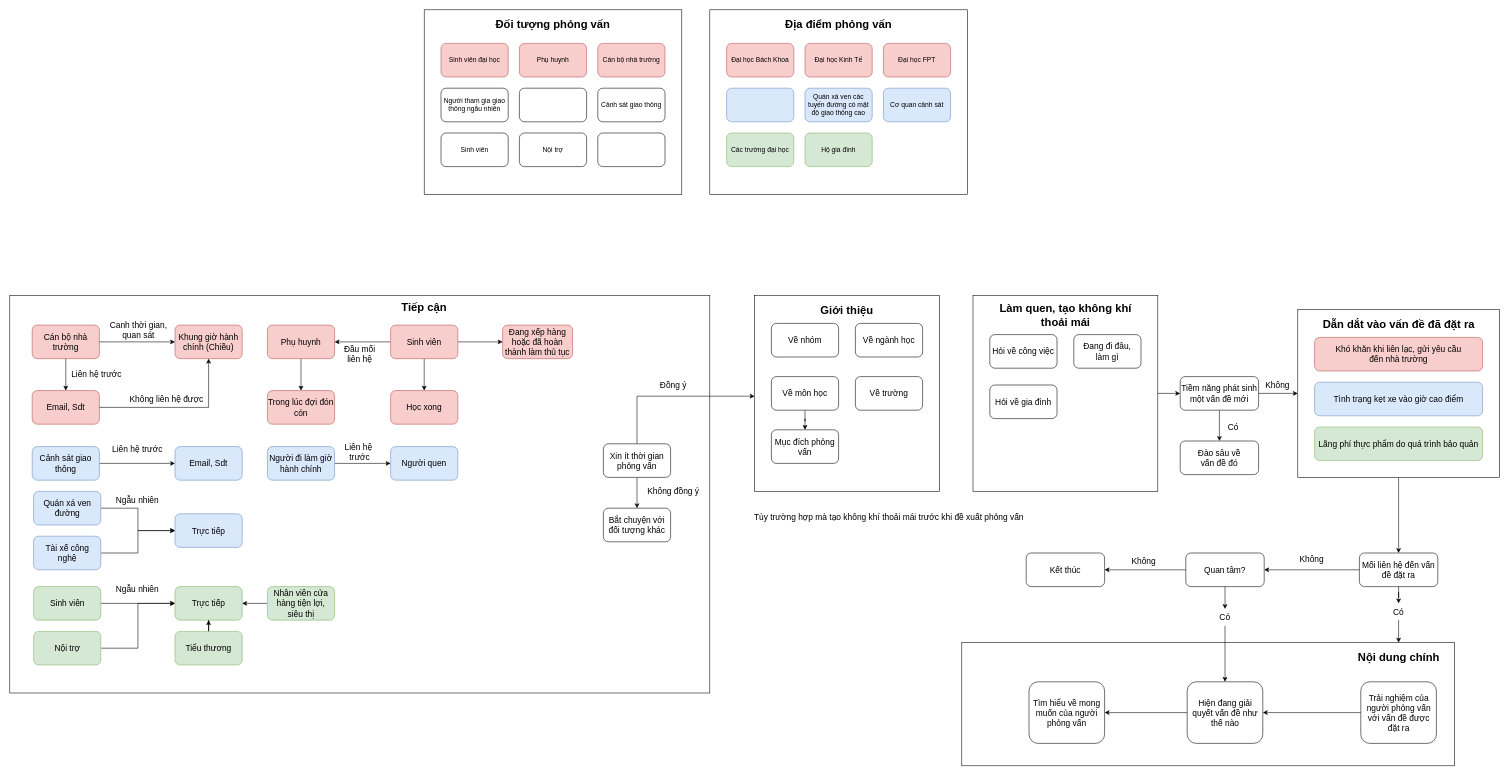
Above: Untitled Diagram.drawio in lukas0173/Draw.io (draw.io), before the change. Source tidied: cells renumbered, new cells numbered last; positions are measured from the earlier drawing's top-left corner, leaving out a move shared by most shapes. Both pictures are drawn from the tidied source at 56%, with x=0, y=0 at pixel (10, 10).
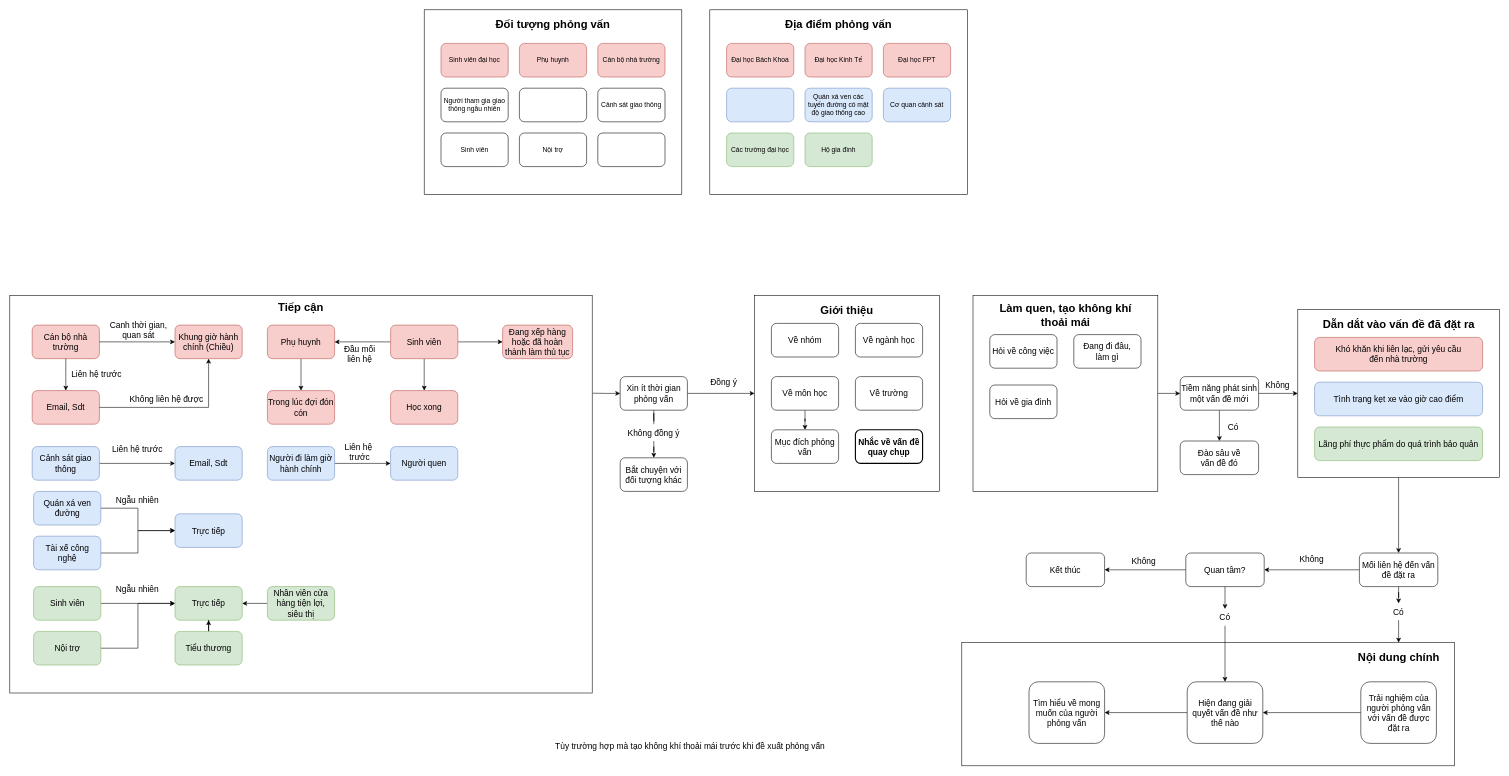
Above is the later version.

The change refers to these unchanged cells:
```xml
<mxCell id="30" style="rounded=0;whiteSpace=wrap;html=1;" parent="1" vertex="1">
  <mxGeometry x="1330" y="510" width="330" height="350" as="geometry" />
</mxCell>
```

Change to the diagram source:
```diff
@@
     <mxCell id="23" style="rounded=0;whiteSpace=wrap;html=1;" parent="1" vertex="1">
-      <mxGeometry y="510" width="1250" height="710" as="geometry" />
+      <mxGeometry y="510" width="1040" height="710" as="geometry" />
     </mxCell>
     <mxCell id="24" value="&lt;span style=&quot;font-size: 20px;&quot;&gt;Tiếp cận&lt;/span&gt;" style="text;html=1;align=center;verticalAlign=middle;whiteSpace=wrap;rounded=0;fontStyle=1;" parent="1" vertex="1">
-      <mxGeometry x="630" y="516" width="220" height="30" as="geometry" />
+      <mxGeometry x="410" y="516" width="220" height="30" as="geometry" />
     </mxCell>
@@
-    <mxCell id="37" style="edgeStyle=orthogonalEdgeStyle;rounded=0;jettySize=auto;html=1;" parent="1" edge="1" source="39">
-      <mxGeometry relative="1" as="geometry">
-        <mxPoint x="1330" y="690" as="targetPoint" />
-        <Array as="points">
-          <mxPoint x="1330" y="690" />
-        </Array>
-      </mxGeometry>
-    </mxCell>
-    <mxCell id="38" style="edgeStyle=orthogonalEdgeStyle;rounded=0;jettySize=auto;html=1;" parent="1" edge="1" source="39" target="40">
+    <mxCell id="38" style="edgeStyle=orthogonalEdgeStyle;rounded=0;jettySize=auto;html=1;" parent="1" edge="1" source="42" target="40">
       <mxGeometry relative="1" as="geometry" />
     </mxCell>
+    <mxCell id="128" style="edgeStyle=orthogonalEdgeStyle;rounded=0;jettySize=auto;html=1;entryX=0;entryY=0.5;entryDx=0;entryDy=0;" parent="1" edge="1" source="39" target="30">
+      <mxGeometry relative="1" as="geometry" />
+    </mxCell>
     <mxCell id="39" value="Xin ít thời gian&lt;div&gt;&lt;span style=&quot;background-color: transparent; color: light-dark(rgb(0, 0, 0), rgb(255, 255, 255));&quot;&gt;phỏng vấn&lt;/span&gt;&lt;/div&gt;" style="rounded=1;whiteSpace=wrap;html=1;fontSize=15;" parent="1" vertex="1">
-      <mxGeometry x="1060" y="775" width="120" height="60" as="geometry" />
+      <mxGeometry x="1090" y="655" width="120" height="60" as="geometry" />
     </mxCell>
     <mxCell id="40" value="Bắt chuyện với đối tượng khác" style="rounded=1;whiteSpace=wrap;html=1;fontSize=15;" parent="1" vertex="1">
-      <mxGeometry x="1060" y="890" width="120" height="60" as="geometry" />
+      <mxGeometry x="1090" y="800" width="120" height="60" as="geometry" />
     </mxCell>
     <mxCell id="41" value="Đồng ý" style="text;html=1;align=center;verticalAlign=middle;whiteSpace=wrap;rounded=0;fontSize=15;" parent="1" vertex="1">
-      <mxGeometry x="1130" y="655" width="110" height="30" as="geometry" />
+      <mxGeometry x="1220" y="650" width="110" height="30" as="geometry" />
     </mxCell>
-    <mxCell id="42" value="Không đồng ý" style="text;html=1;align=center;verticalAlign=middle;whiteSpace=wrap;rounded=0;fontSize=15;" parent="1" vertex="1">
-      <mxGeometry x="1130" y="845" width="110" height="30" as="geometry" />
-    </mxCell>
@@
     <mxCell id="52" value="Tùy trường hợp mà tạo không khí thoải mái trước khi đề xuất phỏng vấn" style="text;html=1;align=center;verticalAlign=middle;whiteSpace=wrap;rounded=0;fontSize=15;" parent="1" vertex="1">
-      <mxGeometry x="1285" y="890" width="570" height="30" as="geometry" />
+      <mxGeometry x="930" y="1300" width="570" height="30" as="geometry" />
     </mxCell>
@@
+    <mxCell id="129" style="edgeStyle=orthogonalEdgeStyle;rounded=0;jettySize=auto;html=1;entryX=1.001;entryY=0.246;entryDx=0;entryDy=0;entryPerimeter=0;endArrow=none;startFill=1;startArrow=classic;" parent="1" edge="1" source="39" target="23">
+      <mxGeometry relative="1" as="geometry" />
+    </mxCell>
+    <mxCell id="130" style="edgeStyle=orthogonalEdgeStyle;rounded=0;jettySize=auto;html=1;endArrow=none;startFill=0;" parent="1" edge="1" source="39" target="42">
+      <mxGeometry relative="1" as="geometry" />
+    </mxCell>
+    <mxCell id="42" value="Không đồng ý" style="text;html=1;align=center;verticalAlign=middle;whiteSpace=wrap;rounded=0;fontSize=15;" parent="1" vertex="1">
+      <mxGeometry x="1095" y="740" width="110" height="30" as="geometry" />
+    </mxCell>
+    <mxCell id="131" value="Nhắc về vấn đề quay chụp" style="rounded=1;whiteSpace=wrap;html=1;fontSize=15;fontStyle=1;strokeWidth=2;" parent="1" vertex="1">
+      <mxGeometry x="1510" y="750" width="120" height="60" as="geometry" />
+    </mxCell>
```
